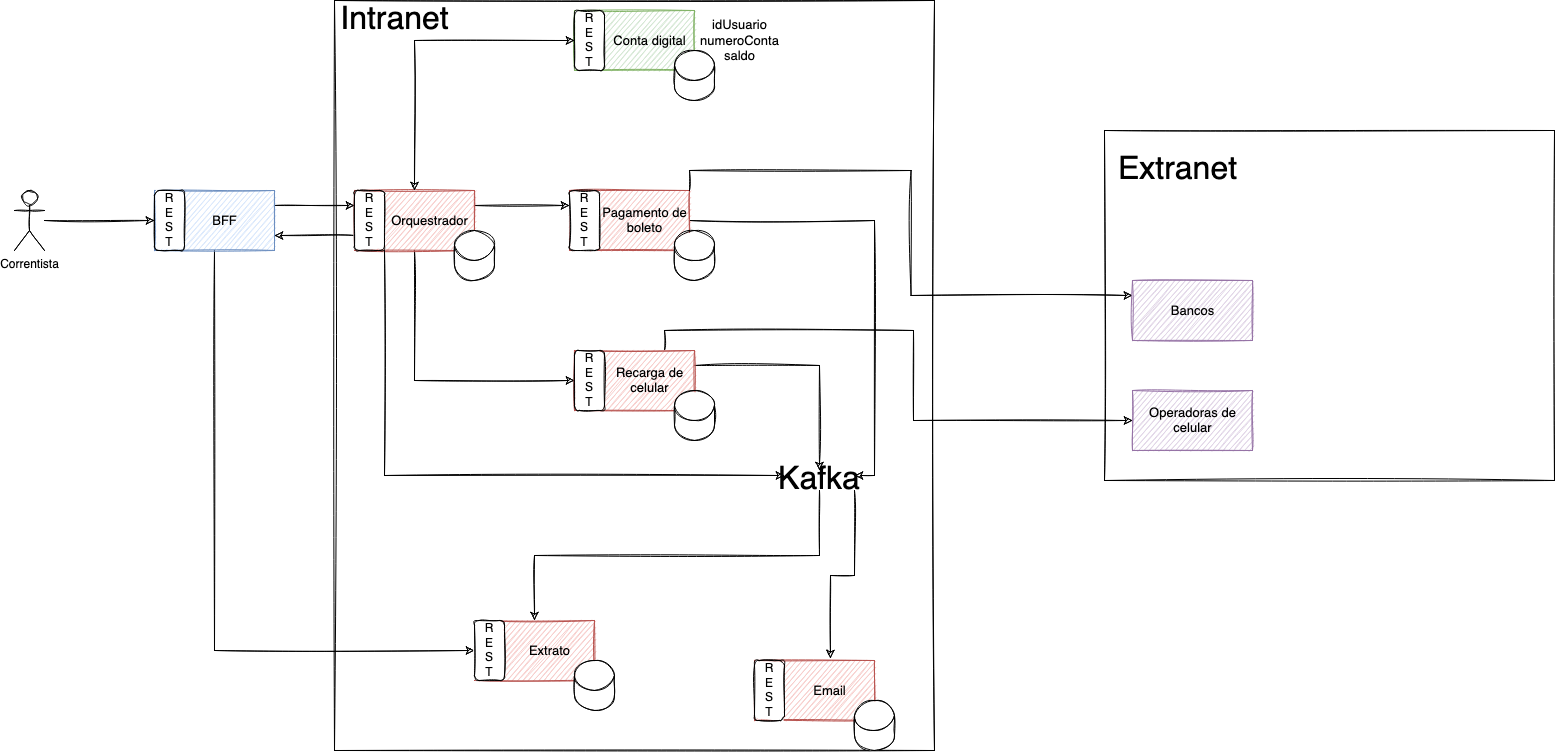
Before: imgs/conta-digital.png, a diagram exported from draw.io (yurioliveirazup/conta-digital-tarefas). Source tidied: cells renumbered, new cells last; positions are measured from the earlier drawing's top-left corner, leaving out a move shared by most shapes. The source it was exported from:
```xml
<mxGraphModel>
  <root>
    <mxCell id="0" />
    <mxCell id="1" parent="0" />
    <mxCell id="2" style="rounded=0;whiteSpace=wrap;html=1;sketch=1;fontSize=32;" parent="1" vertex="1">
      <mxGeometry x="1090" y="130" width="450" height="350" as="geometry" />
    </mxCell>
    <mxCell id="3" style="rounded=0;whiteSpace=wrap;html=1;sketch=1;fontSize=32;" parent="1" vertex="1">
      <mxGeometry x="320" width="600" height="750" as="geometry" />
    </mxCell>
    <mxCell id="4" style="edgeStyle=orthogonalEdgeStyle;rounded=0;sketch=1;jettySize=auto;html=1;" parent="1" edge="1" source="5" target="8">
      <mxGeometry relative="1" as="geometry" />
    </mxCell>
    <mxCell id="5" value="Correntista" style="shape=umlActor;verticalLabelPosition=bottom;verticalAlign=top;html=1;outlineConnect=0;sketch=1;" parent="1" vertex="1">
      <mxGeometry y="190" width="30" height="60" as="geometry" />
    </mxCell>
    <mxCell id="6" style="edgeStyle=orthogonalEdgeStyle;rounded=0;sketch=1;jettySize=auto;html=1;exitX=1;exitY=0.25;exitDx=0;exitDy=0;entryX=0;entryY=0.25;entryDx=0;entryDy=0;fontSize=21;" parent="1" edge="1" source="8" target="16">
      <mxGeometry relative="1" as="geometry" />
    </mxCell>
    <mxCell id="7" style="edgeStyle=orthogonalEdgeStyle;rounded=0;sketch=1;jettySize=auto;html=1;exitX=0.5;exitY=1;exitDx=0;exitDy=0;entryX=0;entryY=0.5;entryDx=0;entryDy=0;fontSize=32;startArrow=none;startFill=0;" parent="1" edge="1" source="8" target="42">
      <mxGeometry relative="1" as="geometry" />
    </mxCell>
    <mxCell id="8" style="rounded=0;whiteSpace=wrap;html=1;sketch=1;fillColor=#dae8fc;strokeColor=#6c8ebf;" parent="1" vertex="1">
      <mxGeometry x="140" y="190" width="120" height="60" as="geometry" />
    </mxCell>
    <mxCell id="9" value="&lt;div&gt;R&lt;/div&gt;&lt;div&gt;E&lt;/div&gt;&lt;div&gt;S&lt;/div&gt;&lt;div&gt;T&lt;br&gt;&lt;/div&gt;" style="rounded=1;whiteSpace=wrap;html=1;sketch=1;" parent="1" vertex="1">
      <mxGeometry x="140" y="190" width="30" height="60" as="geometry" />
    </mxCell>
    <mxCell id="10" value="&lt;div style=&quot;font-size: 13px;&quot;&gt;BFF&lt;/div&gt;" style="text;html=1;align=center;verticalAlign=middle;strokeColor=none;fillColor=none;fontSize=13;" parent="1" vertex="1">
      <mxGeometry x="190" y="210" width="40" height="20" as="geometry" />
    </mxCell>
    <mxCell id="11" style="edgeStyle=orthogonalEdgeStyle;rounded=0;sketch=1;jettySize=auto;html=1;exitX=1;exitY=0.25;exitDx=0;exitDy=0;entryX=0;entryY=0.25;entryDx=0;entryDy=0;fontSize=13;" parent="1" edge="1" source="13" target="24">
      <mxGeometry relative="1" as="geometry" />
    </mxCell>
    <mxCell id="12" style="edgeStyle=orthogonalEdgeStyle;rounded=0;sketch=1;jettySize=auto;html=1;exitX=0.5;exitY=1;exitDx=0;exitDy=0;entryX=0;entryY=0.5;entryDx=0;entryDy=0;fontSize=13;" parent="1" edge="1" source="13" target="32">
      <mxGeometry relative="1" as="geometry" />
    </mxCell>
    <mxCell id="13" style="rounded=0;whiteSpace=wrap;html=1;sketch=1;fillColor=#f8cecc;strokeColor=#b85450;" parent="1" vertex="1">
      <mxGeometry x="340" y="190" width="120" height="60" as="geometry" />
    </mxCell>
    <mxCell id="14" style="edgeStyle=orthogonalEdgeStyle;rounded=0;sketch=1;jettySize=auto;html=1;exitX=0;exitY=0.75;exitDx=0;exitDy=0;entryX=1;entryY=0.75;entryDx=0;entryDy=0;fontSize=21;" parent="1" edge="1" source="16" target="8">
      <mxGeometry relative="1" as="geometry" />
    </mxCell>
    <mxCell id="15" style="edgeStyle=orthogonalEdgeStyle;rounded=0;sketch=1;jettySize=auto;html=1;exitX=1;exitY=1;exitDx=0;exitDy=0;entryX=0;entryY=0.25;entryDx=0;entryDy=0;fontSize=32;startArrow=none;startFill=0;" parent="1" edge="1" source="16" target="40">
      <mxGeometry relative="1" as="geometry" />
    </mxCell>
    <mxCell id="16" value="&lt;div&gt;R&lt;/div&gt;&lt;div&gt;E&lt;/div&gt;&lt;div&gt;S&lt;/div&gt;&lt;div&gt;T&lt;br&gt;&lt;/div&gt;" style="rounded=1;whiteSpace=wrap;html=1;sketch=1;" parent="1" vertex="1">
      <mxGeometry x="340" y="190" width="30" height="60" as="geometry" />
    </mxCell>
    <mxCell id="17" value="&lt;div style=&quot;font-size: 13px;&quot;&gt;Orquestrador&lt;/div&gt;" style="text;html=1;align=center;verticalAlign=middle;strokeColor=none;fillColor=none;fontSize=13;" parent="1" vertex="1">
      <mxGeometry x="370" y="210" width="90" height="20" as="geometry" />
    </mxCell>
    <mxCell id="18" style="rounded=0;whiteSpace=wrap;html=1;sketch=1;fillColor=#d5e8d4;strokeColor=#82b366;" parent="1" vertex="1">
      <mxGeometry x="560" y="10" width="120" height="60" as="geometry" />
    </mxCell>
    <mxCell id="19" style="edgeStyle=orthogonalEdgeStyle;rounded=0;sketch=1;jettySize=auto;html=1;exitX=0;exitY=0.5;exitDx=0;exitDy=0;entryX=0.5;entryY=0;entryDx=0;entryDy=0;fontSize=13;startArrow=classic;startFill=1;" parent="1" edge="1" source="20" target="13">
      <mxGeometry relative="1" as="geometry" />
    </mxCell>
    <mxCell id="20" value="&lt;div&gt;R&lt;/div&gt;&lt;div&gt;E&lt;/div&gt;&lt;div&gt;S&lt;/div&gt;&lt;div&gt;T&lt;br&gt;&lt;/div&gt;" style="rounded=1;whiteSpace=wrap;html=1;sketch=1;" parent="1" vertex="1">
      <mxGeometry x="560" y="10" width="30" height="60" as="geometry" />
    </mxCell>
    <mxCell id="21" value="&lt;div style=&quot;font-size: 13px&quot;&gt;Conta digital&lt;br&gt;&lt;/div&gt;" style="text;html=1;align=center;verticalAlign=middle;strokeColor=none;fillColor=none;fontSize=13;" parent="1" vertex="1">
      <mxGeometry x="590" y="30" width="90" height="20" as="geometry" />
    </mxCell>
    <mxCell id="22" style="edgeStyle=orthogonalEdgeStyle;rounded=0;sketch=1;jettySize=auto;html=1;entryX=1;entryY=0.25;entryDx=0;entryDy=0;fontSize=32;startArrow=none;startFill=0;" parent="1" edge="1" source="23" target="40">
      <mxGeometry relative="1" as="geometry" />
    </mxCell>
    <mxCell id="23" style="rounded=0;whiteSpace=wrap;html=1;sketch=1;fillColor=#f8cecc;strokeColor=#b85450;" parent="1" vertex="1">
      <mxGeometry x="555" y="190" width="120" height="60" as="geometry" />
    </mxCell>
    <mxCell id="24" value="&lt;div&gt;R&lt;/div&gt;&lt;div&gt;E&lt;/div&gt;&lt;div&gt;S&lt;/div&gt;&lt;div&gt;T&lt;br&gt;&lt;/div&gt;" style="rounded=1;whiteSpace=wrap;html=1;sketch=1;" parent="1" vertex="1">
      <mxGeometry x="555" y="190" width="30" height="60" as="geometry" />
    </mxCell>
    <mxCell id="25" style="edgeStyle=orthogonalEdgeStyle;rounded=0;sketch=1;jettySize=auto;html=1;entryX=0;entryY=0.25;entryDx=0;entryDy=0;fontSize=32;startArrow=none;startFill=0;exitX=1;exitY=0;exitDx=0;exitDy=0;" parent="1" edge="1" source="23" target="50">
      <mxGeometry relative="1" as="geometry" />
    </mxCell>
    <mxCell id="26" value="&lt;div&gt;Pagamento de &lt;br&gt;&lt;/div&gt;&lt;div&gt;boleto&lt;br&gt;&lt;/div&gt;" style="text;html=1;align=center;verticalAlign=middle;strokeColor=none;fillColor=none;fontSize=13;" parent="1" vertex="1">
      <mxGeometry x="580" y="200" width="100" height="40" as="geometry" />
    </mxCell>
    <mxCell id="27" value="&lt;div&gt;idUsuario&lt;/div&gt;&lt;div&gt;numeroConta&lt;/div&gt;&lt;div&gt;saldo&lt;br&gt;&lt;/div&gt;" style="text;html=1;align=center;verticalAlign=middle;strokeColor=none;fillColor=none;fontSize=13;" parent="1" vertex="1">
      <mxGeometry x="680" y="15" width="90" height="50" as="geometry" />
    </mxCell>
    <mxCell id="28" style="shape=cylinder3;whiteSpace=wrap;html=1;boundedLbl=1;backgroundOutline=1;size=15;sketch=1;fontSize=13;" parent="1" vertex="1">
      <mxGeometry x="660" y="50" width="40" height="50" as="geometry" />
    </mxCell>
    <mxCell id="29" style="shape=cylinder3;whiteSpace=wrap;html=1;boundedLbl=1;backgroundOutline=1;size=15;sketch=1;fontSize=13;" parent="1" vertex="1">
      <mxGeometry x="440" y="230" width="40" height="50" as="geometry" />
    </mxCell>
    <mxCell id="30" style="edgeStyle=orthogonalEdgeStyle;rounded=0;sketch=1;jettySize=auto;html=1;exitX=1;exitY=0.25;exitDx=0;exitDy=0;entryX=0.5;entryY=0;entryDx=0;entryDy=0;fontSize=32;startArrow=none;startFill=0;" parent="1" edge="1" source="32" target="40">
      <mxGeometry relative="1" as="geometry" />
    </mxCell>
    <mxCell id="31" style="edgeStyle=orthogonalEdgeStyle;rounded=0;sketch=1;jettySize=auto;html=1;exitX=0.75;exitY=0;exitDx=0;exitDy=0;entryX=0;entryY=0.5;entryDx=0;entryDy=0;fontSize=32;startArrow=none;startFill=0;" parent="1" edge="1" source="32" target="52">
      <mxGeometry relative="1" as="geometry" />
    </mxCell>
    <mxCell id="32" style="rounded=0;whiteSpace=wrap;html=1;sketch=1;fillColor=#f8cecc;strokeColor=#b85450;" parent="1" vertex="1">
      <mxGeometry x="560" y="350" width="120" height="60" as="geometry" />
    </mxCell>
    <mxCell id="33" value="&lt;div&gt;R&lt;/div&gt;&lt;div&gt;E&lt;/div&gt;&lt;div&gt;S&lt;/div&gt;&lt;div&gt;T&lt;br&gt;&lt;/div&gt;" style="rounded=1;whiteSpace=wrap;html=1;sketch=1;" parent="1" vertex="1">
      <mxGeometry x="560" y="350" width="30" height="60" as="geometry" />
    </mxCell>
    <mxCell id="34" value="&lt;div&gt;Recarga de &lt;br&gt;&lt;/div&gt;&lt;div&gt;celular&lt;/div&gt;" style="text;html=1;align=center;verticalAlign=middle;strokeColor=none;fillColor=none;fontSize=13;" parent="1" vertex="1">
      <mxGeometry x="595" y="360" width="80" height="40" as="geometry" />
    </mxCell>
    <mxCell id="35" style="shape=cylinder3;whiteSpace=wrap;html=1;boundedLbl=1;backgroundOutline=1;size=15;sketch=1;fontSize=13;" parent="1" vertex="1">
      <mxGeometry x="660" y="230" width="40" height="50" as="geometry" />
    </mxCell>
    <mxCell id="36" style="shape=cylinder3;whiteSpace=wrap;html=1;boundedLbl=1;backgroundOutline=1;size=15;sketch=1;fontSize=13;" parent="1" vertex="1">
      <mxGeometry x="660" y="390" width="40" height="50" as="geometry" />
    </mxCell>
    <mxCell id="37" value="Intranet" style="text;html=1;align=center;verticalAlign=middle;strokeColor=none;fillColor=none;fontSize=32;" parent="1" vertex="1">
      <mxGeometry x="320" width="120" height="40" as="geometry" />
    </mxCell>
    <mxCell id="38" style="edgeStyle=orthogonalEdgeStyle;rounded=0;sketch=1;jettySize=auto;html=1;exitX=0.5;exitY=1;exitDx=0;exitDy=0;fontSize=32;startArrow=none;startFill=0;" parent="1" edge="1" source="40" target="41">
      <mxGeometry relative="1" as="geometry" />
    </mxCell>
    <mxCell id="39" style="edgeStyle=orthogonalEdgeStyle;rounded=0;sketch=1;jettySize=auto;html=1;exitX=1;exitY=1;exitDx=0;exitDy=0;entryX=0.633;entryY=-0.033;entryDx=0;entryDy=0;entryPerimeter=0;fontSize=32;startArrow=none;startFill=0;" parent="1" edge="1" source="40" target="45">
      <mxGeometry relative="1" as="geometry" />
    </mxCell>
    <mxCell id="40" value="&lt;div&gt;Kafka&lt;/div&gt;" style="text;html=1;strokeColor=none;fillColor=none;align=center;verticalAlign=middle;whiteSpace=wrap;rounded=0;sketch=1;fontSize=32;" parent="1" vertex="1">
      <mxGeometry x="770" y="470" width="70" height="20" as="geometry" />
    </mxCell>
    <mxCell id="41" style="rounded=0;whiteSpace=wrap;html=1;sketch=1;fillColor=#f8cecc;strokeColor=#b85450;" parent="1" vertex="1">
      <mxGeometry x="460" y="620" width="120" height="60" as="geometry" />
    </mxCell>
    <mxCell id="42" value="&lt;div&gt;R&lt;/div&gt;&lt;div&gt;E&lt;/div&gt;&lt;div&gt;S&lt;/div&gt;&lt;div&gt;T&lt;br&gt;&lt;/div&gt;" style="rounded=1;whiteSpace=wrap;html=1;sketch=1;" parent="1" vertex="1">
      <mxGeometry x="460" y="620" width="30" height="60" as="geometry" />
    </mxCell>
    <mxCell id="43" value="Extrato" style="text;html=1;align=center;verticalAlign=middle;strokeColor=none;fillColor=none;fontSize=13;" parent="1" vertex="1">
      <mxGeometry x="505" y="640" width="60" height="20" as="geometry" />
    </mxCell>
    <mxCell id="44" style="shape=cylinder3;whiteSpace=wrap;html=1;boundedLbl=1;backgroundOutline=1;size=15;sketch=1;fontSize=13;" parent="1" vertex="1">
      <mxGeometry x="560" y="660" width="40" height="50" as="geometry" />
    </mxCell>
    <mxCell id="45" style="rounded=0;whiteSpace=wrap;html=1;sketch=1;fillColor=#f8cecc;strokeColor=#b85450;" parent="1" vertex="1">
      <mxGeometry x="740" y="660" width="120" height="60" as="geometry" />
    </mxCell>
    <mxCell id="46" value="&lt;div&gt;R&lt;/div&gt;&lt;div&gt;E&lt;/div&gt;&lt;div&gt;S&lt;/div&gt;&lt;div&gt;T&lt;br&gt;&lt;/div&gt;" style="rounded=1;whiteSpace=wrap;html=1;sketch=1;" parent="1" vertex="1">
      <mxGeometry x="740" y="660" width="30" height="60" as="geometry" />
    </mxCell>
    <mxCell id="47" value="Email" style="text;html=1;align=center;verticalAlign=middle;strokeColor=none;fillColor=none;fontSize=13;" parent="1" vertex="1">
      <mxGeometry x="790" y="680" width="50" height="20" as="geometry" />
    </mxCell>
    <mxCell id="48" style="shape=cylinder3;whiteSpace=wrap;html=1;boundedLbl=1;backgroundOutline=1;size=15;sketch=1;fontSize=13;" parent="1" vertex="1">
      <mxGeometry x="840" y="700" width="40" height="50" as="geometry" />
    </mxCell>
    <mxCell id="49" value="Extranet" style="text;html=1;align=center;verticalAlign=middle;strokeColor=none;fillColor=none;fontSize=32;" parent="1" vertex="1">
      <mxGeometry x="1098" y="150" width="130" height="40" as="geometry" />
    </mxCell>
    <mxCell id="50" style="rounded=0;whiteSpace=wrap;html=1;sketch=1;fillColor=#e1d5e7;strokeColor=#9673a6;" parent="1" vertex="1">
      <mxGeometry x="1118" y="280" width="120" height="60" as="geometry" />
    </mxCell>
    <mxCell id="51" value="Bancos" style="text;html=1;align=center;verticalAlign=middle;strokeColor=none;fillColor=none;fontSize=13;" parent="1" vertex="1">
      <mxGeometry x="1148" y="300" width="60" height="20" as="geometry" />
    </mxCell>
    <mxCell id="52" style="rounded=0;whiteSpace=wrap;html=1;sketch=1;fillColor=#e1d5e7;strokeColor=#9673a6;" parent="1" vertex="1">
      <mxGeometry x="1118" y="390" width="120" height="60" as="geometry" />
    </mxCell>
    <mxCell id="53" value="&lt;div&gt;Operadoras de &lt;br&gt;&lt;/div&gt;&lt;div&gt;celular&lt;br&gt;&lt;/div&gt;" style="text;html=1;align=center;verticalAlign=middle;strokeColor=none;fillColor=none;fontSize=13;" parent="1" vertex="1">
      <mxGeometry x="1128" y="400" width="100" height="40" as="geometry" />
    </mxCell>
  </root>
</mxGraphModel>
```
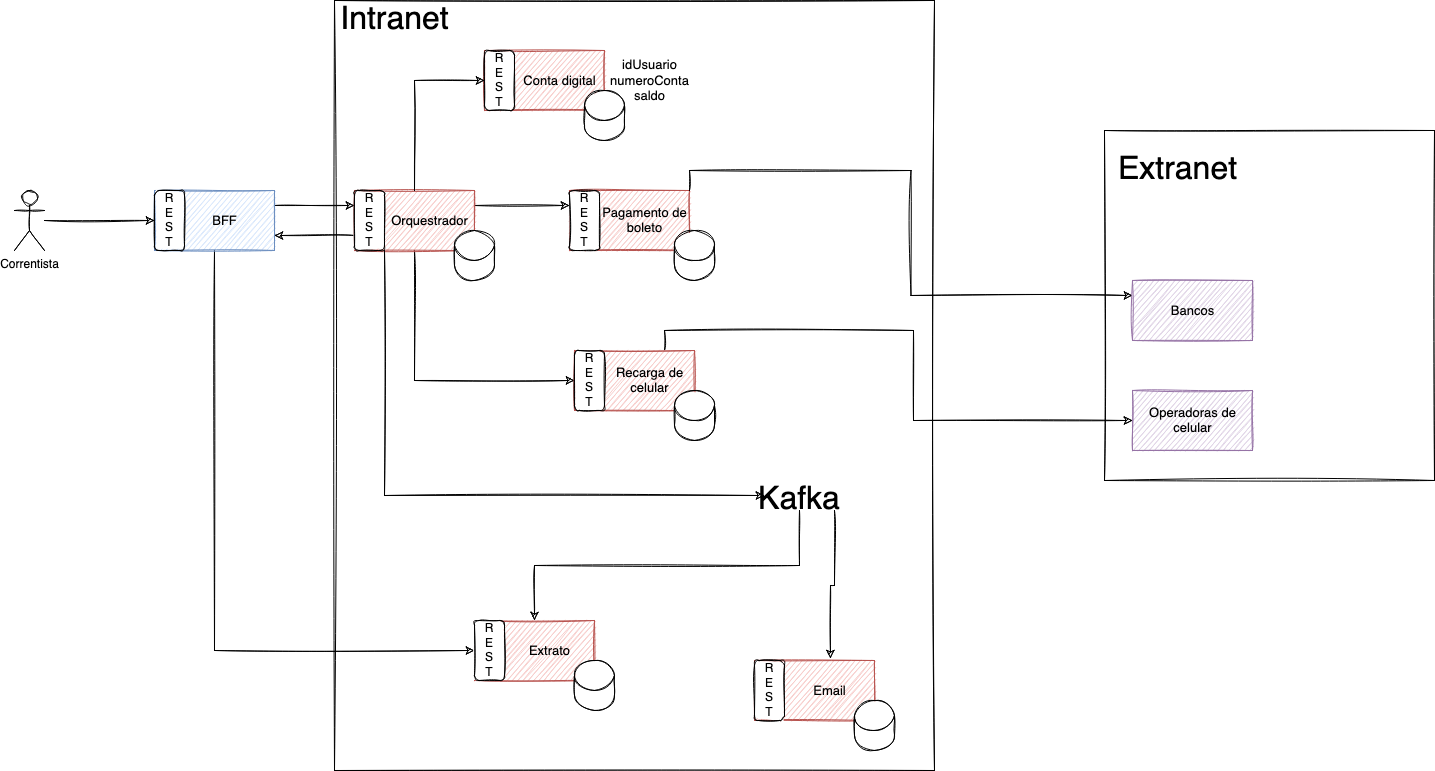
After the commit.

Commit message:
adiciona mais tarefas e altera imagem do diagrama

Diff of the diagram source:
```diff
@@ -3,10 +3,10 @@
     <mxCell id="0" />
     <mxCell id="1" parent="0" />
     <mxCell id="2" style="rounded=0;whiteSpace=wrap;html=1;sketch=1;fontSize=32;" parent="1" vertex="1">
-      <mxGeometry x="1090" y="130" width="450" height="350" as="geometry" />
+      <mxGeometry x="1090" y="130" width="330" height="350" as="geometry" />
     </mxCell>
     <mxCell id="3" style="rounded=0;whiteSpace=wrap;html=1;sketch=1;fontSize=32;" parent="1" vertex="1">
-      <mxGeometry x="320" width="600" height="750" as="geometry" />
+      <mxGeometry x="320" width="600" height="770" as="geometry" />
     </mxCell>
     <mxCell id="4" style="edgeStyle=orthogonalEdgeStyle;rounded=0;sketch=1;jettySize=auto;html=1;" parent="1" edge="1" source="5" target="8">
       <mxGeometry relative="1" as="geometry" />
@@ -50,21 +50,18 @@
     <mxCell id="17" value="&lt;div style=&quot;font-size: 13px;&quot;&gt;Orquestrador&lt;/div&gt;" style="text;html=1;align=center;verticalAlign=middle;strokeColor=none;fillColor=none;fontSize=13;" parent="1" vertex="1">
       <mxGeometry x="370" y="210" width="90" height="20" as="geometry" />
     </mxCell>
-    <mxCell id="18" style="rounded=0;whiteSpace=wrap;html=1;sketch=1;fillColor=#d5e8d4;strokeColor=#82b366;" parent="1" vertex="1">
-      <mxGeometry x="560" y="10" width="120" height="60" as="geometry" />
+    <mxCell id="18" style="rounded=0;whiteSpace=wrap;html=1;sketch=1;fillColor=#f8cecc;strokeColor=#b85450;" parent="1" vertex="1">
+      <mxGeometry x="470" y="50" width="120" height="60" as="geometry" />
     </mxCell>
-    <mxCell id="19" style="edgeStyle=orthogonalEdgeStyle;rounded=0;sketch=1;jettySize=auto;html=1;exitX=0;exitY=0.5;exitDx=0;exitDy=0;entryX=0.5;entryY=0;entryDx=0;entryDy=0;fontSize=13;startArrow=classic;startFill=1;" parent="1" edge="1" source="20" target="13">
+    <mxCell id="19" style="edgeStyle=orthogonalEdgeStyle;rounded=0;sketch=1;jettySize=auto;html=1;exitX=0;exitY=0.5;exitDx=0;exitDy=0;entryX=0.5;entryY=0;entryDx=0;entryDy=0;fontSize=13;startArrow=classic;startFill=1;endArrow=none;endFill=0;" parent="1" edge="1" source="20" target="13">
       <mxGeometry relative="1" as="geometry" />
     </mxCell>
     <mxCell id="20" value="&lt;div&gt;R&lt;/div&gt;&lt;div&gt;E&lt;/div&gt;&lt;div&gt;S&lt;/div&gt;&lt;div&gt;T&lt;br&gt;&lt;/div&gt;" style="rounded=1;whiteSpace=wrap;html=1;sketch=1;" parent="1" vertex="1">
-      <mxGeometry x="560" y="10" width="30" height="60" as="geometry" />
+      <mxGeometry x="470" y="50" width="30" height="60" as="geometry" />
     </mxCell>
     <mxCell id="21" value="&lt;div style=&quot;font-size: 13px&quot;&gt;Conta digital&lt;br&gt;&lt;/div&gt;" style="text;html=1;align=center;verticalAlign=middle;strokeColor=none;fillColor=none;fontSize=13;" parent="1" vertex="1">
-      <mxGeometry x="590" y="30" width="90" height="20" as="geometry" />
+      <mxGeometry x="500" y="70" width="90" height="20" as="geometry" />
     </mxCell>
-    <mxCell id="22" style="edgeStyle=orthogonalEdgeStyle;rounded=0;sketch=1;jettySize=auto;html=1;entryX=1;entryY=0.25;entryDx=0;entryDy=0;fontSize=32;startArrow=none;startFill=0;" parent="1" edge="1" source="23" target="40">
-      <mxGeometry relative="1" as="geometry" />
-    </mxCell>
     <mxCell id="23" style="rounded=0;whiteSpace=wrap;html=1;sketch=1;fillColor=#f8cecc;strokeColor=#b85450;" parent="1" vertex="1">
       <mxGeometry x="555" y="190" width="120" height="60" as="geometry" />
     </mxCell>
@@ -78,17 +75,14 @@
       <mxGeometry x="580" y="200" width="100" height="40" as="geometry" />
     </mxCell>
     <mxCell id="27" value="&lt;div&gt;idUsuario&lt;/div&gt;&lt;div&gt;numeroConta&lt;/div&gt;&lt;div&gt;saldo&lt;br&gt;&lt;/div&gt;" style="text;html=1;align=center;verticalAlign=middle;strokeColor=none;fillColor=none;fontSize=13;" parent="1" vertex="1">
-      <mxGeometry x="680" y="15" width="90" height="50" as="geometry" />
+      <mxGeometry x="590" y="55" width="90" height="50" as="geometry" />
     </mxCell>
     <mxCell id="28" style="shape=cylinder3;whiteSpace=wrap;html=1;boundedLbl=1;backgroundOutline=1;size=15;sketch=1;fontSize=13;" parent="1" vertex="1">
-      <mxGeometry x="660" y="50" width="40" height="50" as="geometry" />
+      <mxGeometry x="570" y="90" width="40" height="50" as="geometry" />
     </mxCell>
     <mxCell id="29" style="shape=cylinder3;whiteSpace=wrap;html=1;boundedLbl=1;backgroundOutline=1;size=15;sketch=1;fontSize=13;" parent="1" vertex="1">
       <mxGeometry x="440" y="230" width="40" height="50" as="geometry" />
     </mxCell>
-    <mxCell id="30" style="edgeStyle=orthogonalEdgeStyle;rounded=0;sketch=1;jettySize=auto;html=1;exitX=1;exitY=0.25;exitDx=0;exitDy=0;entryX=0.5;entryY=0;entryDx=0;entryDy=0;fontSize=32;startArrow=none;startFill=0;" parent="1" edge="1" source="32" target="40">
-      <mxGeometry relative="1" as="geometry" />
-    </mxCell>
     <mxCell id="31" style="edgeStyle=orthogonalEdgeStyle;rounded=0;sketch=1;jettySize=auto;html=1;exitX=0.75;exitY=0;exitDx=0;exitDy=0;entryX=0;entryY=0.5;entryDx=0;entryDy=0;fontSize=32;startArrow=none;startFill=0;" parent="1" edge="1" source="32" target="52">
       <mxGeometry relative="1" as="geometry" />
     </mxCell>
@@ -117,7 +111,7 @@
       <mxGeometry relative="1" as="geometry" />
     </mxCell>
     <mxCell id="40" value="&lt;div&gt;Kafka&lt;/div&gt;" style="text;html=1;strokeColor=none;fillColor=none;align=center;verticalAlign=middle;whiteSpace=wrap;rounded=0;sketch=1;fontSize=32;" parent="1" vertex="1">
-      <mxGeometry x="770" y="470" width="70" height="20" as="geometry" />
+      <mxGeometry x="750" y="490" width="70" height="20" as="geometry" />
     </mxCell>
     <mxCell id="41" style="rounded=0;whiteSpace=wrap;html=1;sketch=1;fillColor=#f8cecc;strokeColor=#b85450;" parent="1" vertex="1">
       <mxGeometry x="460" y="620" width="120" height="60" as="geometry" />
```
